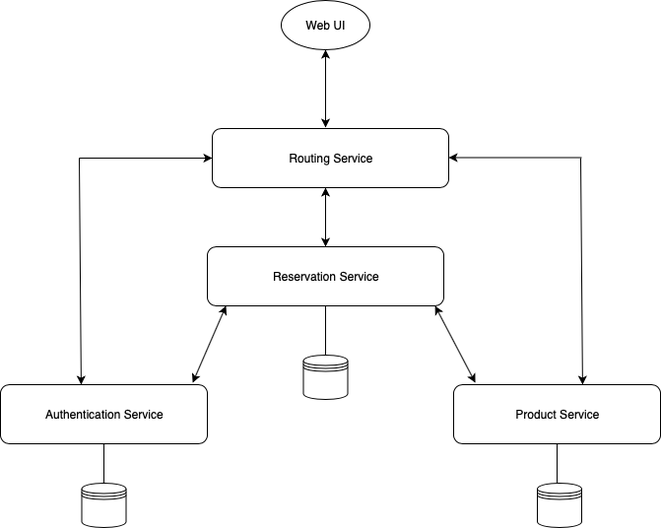
Above: readme/img/design_diagram.png in 810Teams/sop-queue-service (draw.io), before the change. Source tidied: cells renumbered, new cells last; positions are measured from the earlier drawing's top-left corner, leaving out a move shared by most shapes. Source of this version:
```xml
<mxGraphModel>
  <root>
    <mxCell id="0" />
    <mxCell id="1" parent="0" />
    <mxCell id="2" value="Reservation Service" style="rounded=1;whiteSpace=wrap;html=1;" parent="1" vertex="1">
      <mxGeometry x="210" y="250" width="240" height="60" as="geometry" />
    </mxCell>
    <mxCell id="3" value="Authentication Service" style="rounded=1;whiteSpace=wrap;html=1;" parent="1" vertex="1">
      <mxGeometry y="390" width="210" height="60" as="geometry" />
    </mxCell>
    <mxCell id="4" value="Product Service" style="rounded=1;whiteSpace=wrap;html=1;" parent="1" vertex="1">
      <mxGeometry x="460" y="390" width="210" height="60" as="geometry" />
    </mxCell>
    <mxCell id="5" style="endArrow=classic;startArrow=classic;html=1;entryX=0.963;entryY=1;entryDx=0;entryDy=0;entryPerimeter=0;exitX=0.105;exitY=-0.033;exitDx=0;exitDy=0;exitPerimeter=0;" parent="1" edge="1" source="4" target="2">
      <mxGeometry relative="1" as="geometry" />
    </mxCell>
    <mxCell id="6" style="endArrow=classic;startArrow=classic;html=1;entryX=0.079;entryY=1;entryDx=0;entryDy=0;entryPerimeter=0;exitX=0.929;exitY=-0.033;exitDx=0;exitDy=0;exitPerimeter=0;" parent="1" edge="1" source="3" target="2">
      <mxGeometry relative="1" as="geometry" />
    </mxCell>
    <mxCell id="7" style="shape=datastore;whiteSpace=wrap;html=1;" parent="1" vertex="1">
      <mxGeometry x="307.5" y="360" width="45" height="45" as="geometry" />
    </mxCell>
    <mxCell id="8" style="endArrow=none;html=1;entryX=0.5;entryY=1;entryDx=0;entryDy=0;" parent="1" edge="1" target="4">
      <mxGeometry relative="1" as="geometry">
        <mxPoint x="565" y="490" as="sourcePoint" />
      </mxGeometry>
    </mxCell>
    <mxCell id="9" style="endArrow=none;html=1;entryX=0.5;entryY=1;entryDx=0;entryDy=0;" parent="1" edge="1" target="3">
      <mxGeometry relative="1" as="geometry">
        <mxPoint x="105" y="490" as="sourcePoint" />
      </mxGeometry>
    </mxCell>
    <mxCell id="10" style="shape=datastore;whiteSpace=wrap;html=1;" parent="1" vertex="1">
      <mxGeometry x="545" y="490" width="45" height="45" as="geometry" />
    </mxCell>
    <mxCell id="11" style="shape=datastore;whiteSpace=wrap;html=1;" parent="1" vertex="1">
      <mxGeometry x="82.5" y="490" width="45" height="45" as="geometry" />
    </mxCell>
    <mxCell id="12" value="Web UI" style="ellipse;whiteSpace=wrap;html=1;" parent="1" vertex="1">
      <mxGeometry x="285" width="90" height="50" as="geometry" />
    </mxCell>
    <mxCell id="13" style="endArrow=classic;startArrow=classic;html=1;" parent="1" edge="1">
      <mxGeometry relative="1" as="geometry">
        <mxPoint x="330" y="129" as="sourcePoint" />
        <mxPoint x="330" y="50" as="targetPoint" />
      </mxGeometry>
    </mxCell>
    <mxCell id="14" value="Routing Service" style="rounded=1;whiteSpace=wrap;html=1;" parent="1" vertex="1">
      <mxGeometry x="215" y="130" width="240" height="60" as="geometry" />
    </mxCell>
    <mxCell id="15" style="endArrow=classic;startArrow=classic;html=1;exitX=0.5;exitY=0;exitDx=0;exitDy=0;" parent="1" edge="1" source="2">
      <mxGeometry relative="1" as="geometry">
        <mxPoint x="330" y="190" as="targetPoint" />
      </mxGeometry>
    </mxCell>
    <mxCell id="16" style="endArrow=none;startArrow=classic;html=1;exitX=0.39;exitY=0;exitDx=0;exitDy=0;exitPerimeter=0;endFill=0;" parent="1" edge="1" source="3">
      <mxGeometry relative="1" as="geometry">
        <mxPoint x="80" y="160" as="targetPoint" />
      </mxGeometry>
    </mxCell>
    <mxCell id="17" style="endArrow=classic;html=1;entryX=0;entryY=0.5;entryDx=0;entryDy=0;" parent="1" edge="1" target="14">
      <mxGeometry relative="1" as="geometry">
        <mxPoint x="80" y="160" as="sourcePoint" />
      </mxGeometry>
    </mxCell>
    <mxCell id="18" style="endArrow=none;startArrow=classic;html=1;exitX=0.39;exitY=0;exitDx=0;exitDy=0;exitPerimeter=0;endFill=0;" parent="1" edge="1">
      <mxGeometry relative="1" as="geometry">
        <mxPoint x="590.9" y="390" as="sourcePoint" />
        <mxPoint x="589" y="160" as="targetPoint" />
      </mxGeometry>
    </mxCell>
    <mxCell id="19" style="endArrow=none;html=1;entryX=0;entryY=0.5;entryDx=0;entryDy=0;startArrow=classic;startFill=1;endFill=0;" parent="1" edge="1">
      <mxGeometry relative="1" as="geometry">
        <mxPoint x="455" y="159.5" as="sourcePoint" />
        <mxPoint x="590" y="159.5" as="targetPoint" />
      </mxGeometry>
    </mxCell>
    <mxCell id="20" style="endArrow=none;html=1;entryX=0.5;entryY=1;entryDx=0;entryDy=0;exitX=0.5;exitY=0;exitDx=0;exitDy=0;" parent="1" edge="1" source="7" target="2">
      <mxGeometry relative="1" as="geometry" />
    </mxCell>
  </root>
</mxGraphModel>
```
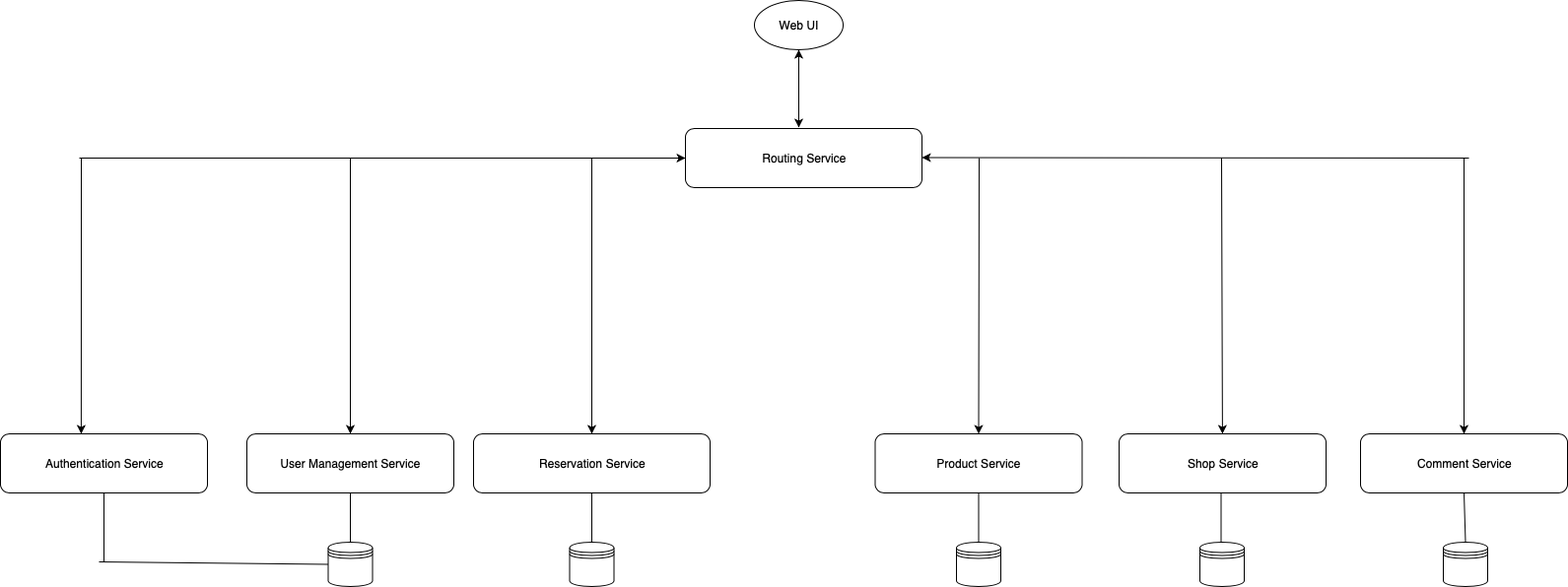
After the change.

Diff of the diagram source:
```diff
@@ -3,38 +3,27 @@
     <mxCell id="0" />
     <mxCell id="1" parent="0" />
     <mxCell id="2" value="Reservation Service" style="rounded=1;whiteSpace=wrap;html=1;" parent="1" vertex="1">
-      <mxGeometry x="210" y="250" width="240" height="60" as="geometry" />
+      <mxGeometry y="440" width="240" height="60" as="geometry" />
     </mxCell>
     <mxCell id="3" value="Authentication Service" style="rounded=1;whiteSpace=wrap;html=1;" parent="1" vertex="1">
-      <mxGeometry y="390" width="210" height="60" as="geometry" />
+      <mxGeometry x="-480" y="440" width="210" height="60" as="geometry" />
     </mxCell>
     <mxCell id="4" value="Product Service" style="rounded=1;whiteSpace=wrap;html=1;" parent="1" vertex="1">
-      <mxGeometry x="460" y="390" width="210" height="60" as="geometry" />
+      <mxGeometry x="407.5" y="440" width="210" height="60" as="geometry" />
     </mxCell>
-    <mxCell id="5" style="endArrow=classic;startArrow=classic;html=1;entryX=0.963;entryY=1;entryDx=0;entryDy=0;entryPerimeter=0;exitX=0.105;exitY=-0.033;exitDx=0;exitDy=0;exitPerimeter=0;" parent="1" edge="1" source="4" target="2">
-      <mxGeometry relative="1" as="geometry" />
-    </mxCell>
-    <mxCell id="6" style="endArrow=classic;startArrow=classic;html=1;entryX=0.079;entryY=1;entryDx=0;entryDy=0;entryPerimeter=0;exitX=0.929;exitY=-0.033;exitDx=0;exitDy=0;exitPerimeter=0;" parent="1" edge="1" source="3" target="2">
-      <mxGeometry relative="1" as="geometry" />
-    </mxCell>
-    <mxCell id="7" style="shape=datastore;whiteSpace=wrap;html=1;" parent="1" vertex="1">
-      <mxGeometry x="307.5" y="360" width="45" height="45" as="geometry" />
-    </mxCell>
-    <mxCell id="8" style="endArrow=none;html=1;entryX=0.5;entryY=1;entryDx=0;entryDy=0;" parent="1" edge="1" target="4">
-      <mxGeometry relative="1" as="geometry">
-        <mxPoint x="565" y="490" as="sourcePoint" />
-      </mxGeometry>
+    <mxCell id="8" style="endArrow=none;html=1;entryX=0.5;entryY=1;entryDx=0;entryDy=0;exitX=0.5;exitY=0;exitDx=0;exitDy=0;" parent="1" edge="1" source="10" target="4">
+      <mxGeometry relative="1" as="geometry" />
     </mxCell>
     <mxCell id="9" style="endArrow=none;html=1;entryX=0.5;entryY=1;entryDx=0;entryDy=0;" parent="1" edge="1" target="3">
       <mxGeometry relative="1" as="geometry">
-        <mxPoint x="105" y="490" as="sourcePoint" />
+        <mxPoint x="-375" y="570" as="sourcePoint" />
       </mxGeometry>
     </mxCell>
     <mxCell id="10" style="shape=datastore;whiteSpace=wrap;html=1;" parent="1" vertex="1">
-      <mxGeometry x="545" y="490" width="45" height="45" as="geometry" />
+      <mxGeometry x="490" y="550" width="45" height="45" as="geometry" />
     </mxCell>
     <mxCell id="11" style="shape=datastore;whiteSpace=wrap;html=1;" parent="1" vertex="1">
-      <mxGeometry x="82.5" y="490" width="45" height="45" as="geometry" />
+      <mxGeometry x="-147.5" y="550" width="45" height="45" as="geometry" />
     </mxCell>
     <mxCell id="12" value="Web UI" style="ellipse;whiteSpace=wrap;html=1;" parent="1" vertex="1">
       <mxGeometry x="285" width="90" height="50" as="geometry" />
@@ -48,35 +37,87 @@
     <mxCell id="14" value="Routing Service" style="rounded=1;whiteSpace=wrap;html=1;" parent="1" vertex="1">
       <mxGeometry x="215" y="130" width="240" height="60" as="geometry" />
     </mxCell>
-    <mxCell id="15" style="endArrow=classic;startArrow=classic;html=1;exitX=0.5;exitY=0;exitDx=0;exitDy=0;" parent="1" edge="1" source="2">
-      <mxGeometry relative="1" as="geometry">
-        <mxPoint x="330" y="190" as="targetPoint" />
-      </mxGeometry>
-    </mxCell>
     <mxCell id="16" style="endArrow=none;startArrow=classic;html=1;exitX=0.39;exitY=0;exitDx=0;exitDy=0;exitPerimeter=0;endFill=0;" parent="1" edge="1" source="3">
       <mxGeometry relative="1" as="geometry">
-        <mxPoint x="80" y="160" as="targetPoint" />
+        <mxPoint x="-398" y="160" as="targetPoint" />
       </mxGeometry>
     </mxCell>
     <mxCell id="17" style="endArrow=classic;html=1;entryX=0;entryY=0.5;entryDx=0;entryDy=0;" parent="1" edge="1" target="14">
       <mxGeometry relative="1" as="geometry">
-        <mxPoint x="80" y="160" as="sourcePoint" />
+        <mxPoint x="-400" y="160" as="sourcePoint" />
+        <Array as="points">
+          <mxPoint x="50" y="160" />
+        </Array>
       </mxGeometry>
     </mxCell>
-    <mxCell id="18" style="endArrow=none;startArrow=classic;html=1;exitX=0.39;exitY=0;exitDx=0;exitDy=0;exitPerimeter=0;endFill=0;" parent="1" edge="1">
+    <mxCell id="18" style="endArrow=none;startArrow=classic;html=1;exitX=0.5;exitY=0;exitDx=0;exitDy=0;endFill=0;" parent="1" edge="1" source="4">
       <mxGeometry relative="1" as="geometry">
-        <mxPoint x="590.9" y="390" as="sourcePoint" />
-        <mxPoint x="589" y="160" as="targetPoint" />
+        <mxPoint x="513" y="160" as="targetPoint" />
       </mxGeometry>
     </mxCell>
-    <mxCell id="19" style="endArrow=none;html=1;entryX=0;entryY=0.5;entryDx=0;entryDy=0;startArrow=classic;startFill=1;endFill=0;" parent="1" edge="1">
+    <mxCell id="19" style="endArrow=none;html=1;startArrow=classic;startFill=1;endFill=0;" parent="1" edge="1">
       <mxGeometry relative="1" as="geometry">
         <mxPoint x="455" y="159.5" as="sourcePoint" />
-        <mxPoint x="590" y="159.5" as="targetPoint" />
+        <mxPoint x="1010" y="160" as="targetPoint" />
       </mxGeometry>
     </mxCell>
     <mxCell id="20" style="endArrow=none;html=1;entryX=0.5;entryY=1;entryDx=0;entryDy=0;exitX=0.5;exitY=0;exitDx=0;exitDy=0;" parent="1" edge="1" source="7" target="2">
       <mxGeometry relative="1" as="geometry" />
     </mxCell>
+    <mxCell id="21" value="User Management Service" style="rounded=1;whiteSpace=wrap;html=1;" parent="1" vertex="1">
+      <mxGeometry x="-230" y="440" width="210" height="60" as="geometry" />
+    </mxCell>
+    <mxCell id="22" value="Shop Service" style="rounded=1;whiteSpace=wrap;html=1;" parent="1" vertex="1">
+      <mxGeometry x="655" y="440" width="210" height="60" as="geometry" />
+    </mxCell>
+    <mxCell id="23" style="shape=datastore;whiteSpace=wrap;html=1;" parent="1" vertex="1">
+      <mxGeometry x="737" y="550" width="45" height="45" as="geometry" />
+    </mxCell>
+    <mxCell id="24" style="endArrow=none;html=1;entryX=0.5;entryY=1;entryDx=0;entryDy=0;exitX=0.5;exitY=0;exitDx=0;exitDy=0;" parent="1" edge="1">
+      <mxGeometry relative="1" as="geometry">
+        <mxPoint x="758.5" y="550" as="sourcePoint" />
+        <mxPoint x="758.5" y="500" as="targetPoint" />
+      </mxGeometry>
+    </mxCell>
+    <mxCell id="25" style="endArrow=none;html=1;entryX=0.5;entryY=1;entryDx=0;entryDy=0;exitX=0.5;exitY=0;exitDx=0;exitDy=0;" parent="1" edge="1" source="11" target="21">
+      <mxGeometry relative="1" as="geometry" />
+    </mxCell>
+    <mxCell id="26" style="endArrow=none;startArrow=classic;html=1;endFill=0;" parent="1" edge="1" source="22">
+      <mxGeometry relative="1" as="geometry">
+        <mxPoint x="759" y="160" as="targetPoint" />
+      </mxGeometry>
+    </mxCell>
+    <mxCell id="27" value="Comment Service" style="rounded=1;whiteSpace=wrap;html=1;" parent="1" vertex="1">
+      <mxGeometry x="900" y="440" width="210" height="60" as="geometry" />
+    </mxCell>
+    <mxCell id="28" style="shape=datastore;whiteSpace=wrap;html=1;" parent="1" vertex="1">
+      <mxGeometry x="984" y="550" width="45" height="45" as="geometry" />
+    </mxCell>
+    <mxCell id="29" style="endArrow=none;html=1;entryX=0.5;entryY=1;entryDx=0;entryDy=0;exitX=0.5;exitY=0;exitDx=0;exitDy=0;" parent="1" edge="1" source="28" target="27">
+      <mxGeometry relative="1" as="geometry" />
+    </mxCell>
+    <mxCell id="30" style="endArrow=none;startArrow=classic;html=1;endFill=0;exitX=0.5;exitY=0;exitDx=0;exitDy=0;" parent="1" edge="1" source="27">
+      <mxGeometry relative="1" as="geometry">
+        <mxPoint x="1005" y="160" as="targetPoint" />
+      </mxGeometry>
+    </mxCell>
+    <mxCell id="7" style="shape=datastore;whiteSpace=wrap;html=1;" parent="1" vertex="1">
+      <mxGeometry x="97.5" y="550" width="45" height="45" as="geometry" />
+    </mxCell>
+    <mxCell id="31" style="endArrow=none;html=1;entryX=0;entryY=0.5;entryDx=0;entryDy=0;" parent="1" edge="1" target="11">
+      <mxGeometry relative="1" as="geometry">
+        <mxPoint x="-380" y="570" as="sourcePoint" />
+      </mxGeometry>
+    </mxCell>
+    <mxCell id="32" style="endArrow=none;startArrow=classic;html=1;exitX=0.5;exitY=0;exitDx=0;exitDy=0;endFill=0;" parent="1" edge="1" source="21">
+      <mxGeometry relative="1" as="geometry">
+        <mxPoint x="-125" y="160" as="targetPoint" />
+      </mxGeometry>
+    </mxCell>
+    <mxCell id="33" style="endArrow=none;startArrow=classic;html=1;exitX=0.5;exitY=0;exitDx=0;exitDy=0;endFill=0;" parent="1" edge="1" source="2">
+      <mxGeometry relative="1" as="geometry">
+        <mxPoint x="120" y="160" as="targetPoint" />
+      </mxGeometry>
+    </mxCell>
   </root>
 </mxGraphModel>
```
